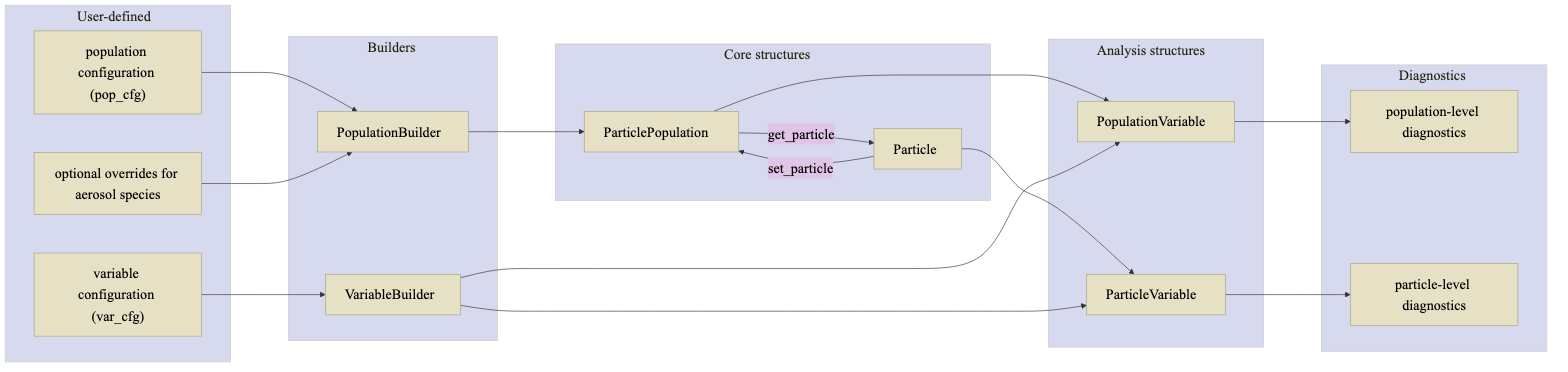
The Mermaid diagram paper/overview_flowchart.png in pnnl/part2pop, before a commit. Its source is kept beside it as paper/overview_flowchart.mmd.
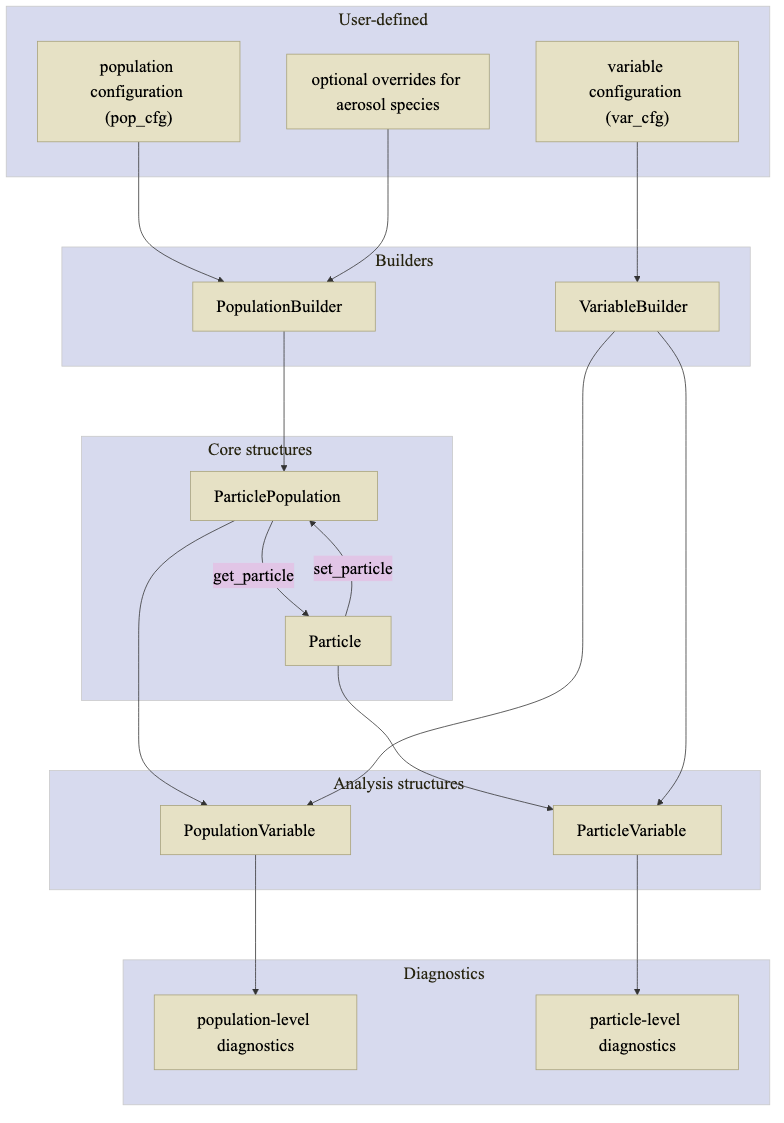
After the change.

Commit message:
Changed Mermaid flowchart orientation from LR to TD

What changed in the source:
```diff
@@ -15,7 +15,7 @@
   }
 }}%%
 
-flowchart LR
+flowchart TD
 
 subgraph USER["User-defined"]
     PCFG["population configuration (pop_cfg)"]
```
